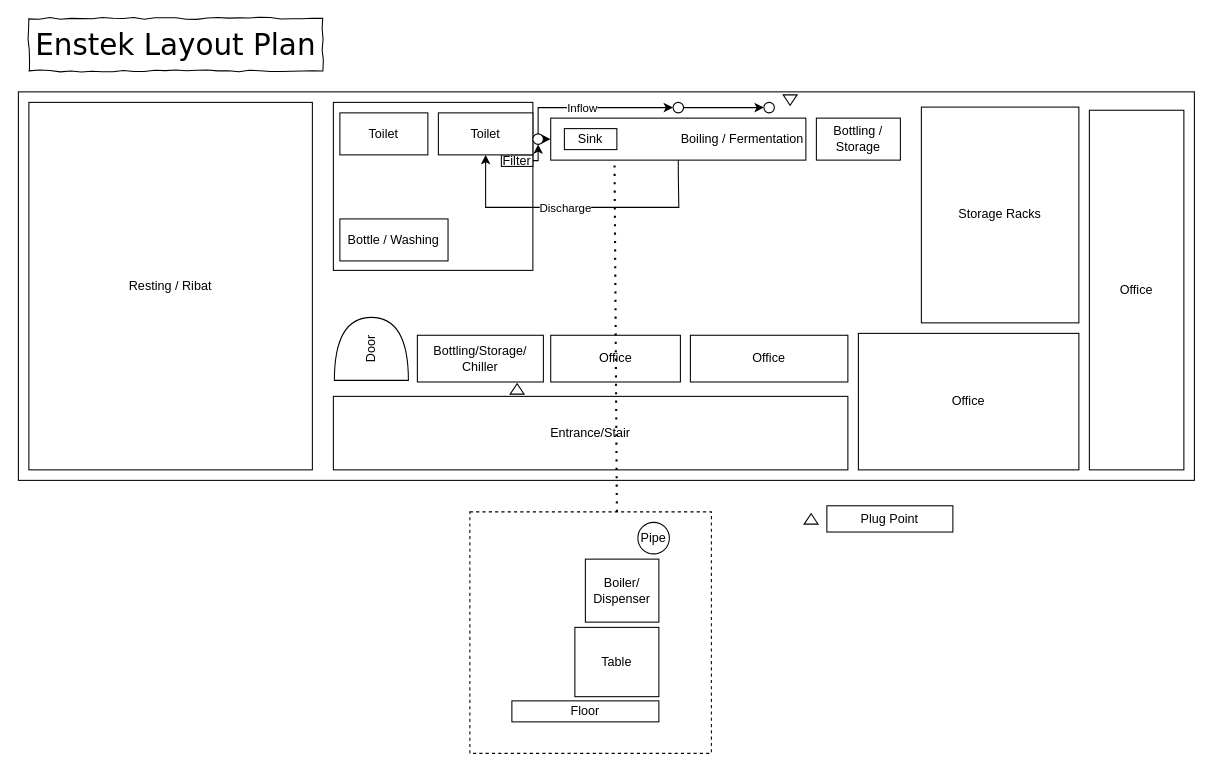
This is Untitled Diagram.drawio from afirdaus04/layoutenstek, a draw.io file, before an edit. Source tidied: cells renumbered, new cells numbered last; positions are measured from the earlier drawing's top-left corner, leaving out a move shared by most shapes. Both pictures are drawn from the tidied source at 105%, with x=0, y=0 at pixel (18, 18).
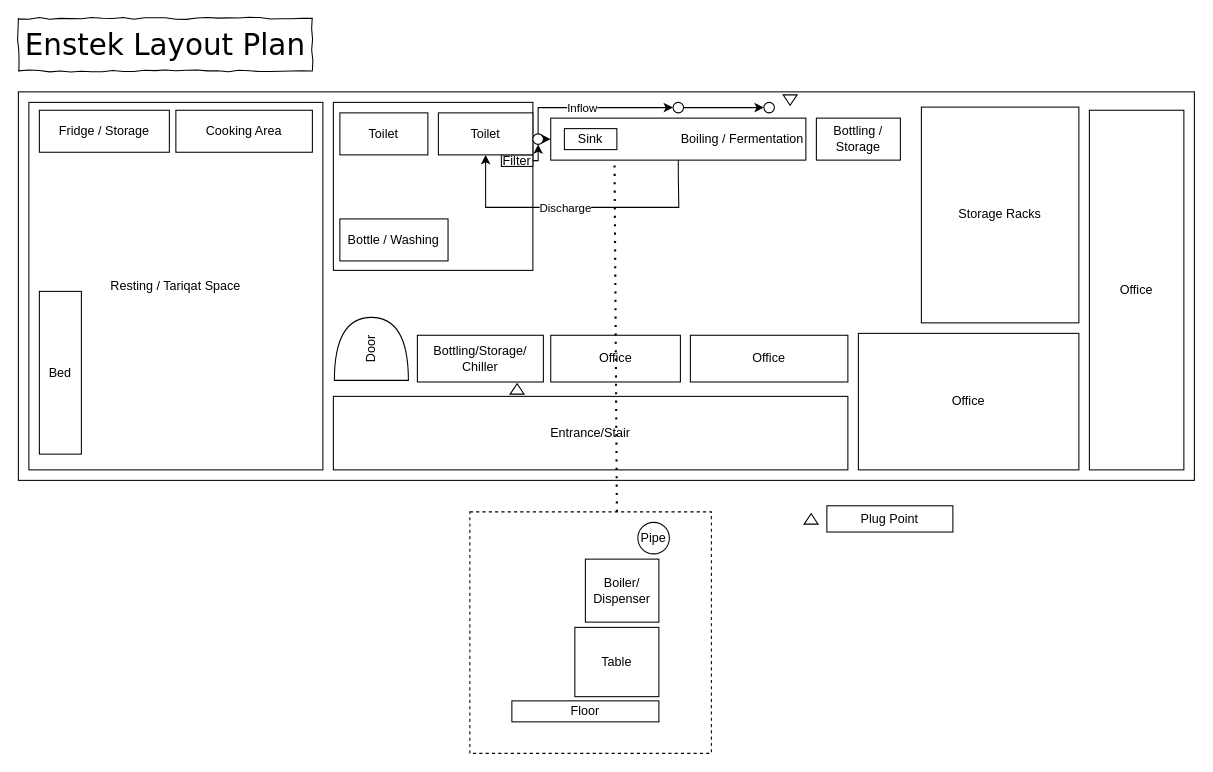
After the change.

What changed in the source:
```diff
@@
     <mxCell id="3" value="Enstek Layout Plan" style="whiteSpace=wrap;html=1;rounded=0;shadow=0;labelBackgroundColor=none;strokeWidth=1;fontFamily=Verdana;fontSize=28;align=center;comic=1;" parent="1" vertex="1">
-      <mxGeometry x="10" width="280" height="50" as="geometry" />
+      <mxGeometry width="280" height="50" as="geometry" />
     </mxCell>
@@
-    <mxCell id="28" value="Resting / Ribat" style="rounded=0;whiteSpace=wrap;html=1;" parent="1" vertex="1">
-      <mxGeometry x="10" y="80" width="270" height="350" as="geometry" />
+    <mxCell id="28" value="Resting / Tariqat Space" style="rounded=0;whiteSpace=wrap;html=1;" parent="1" vertex="1">
+      <mxGeometry x="10" y="80" width="280" height="350" as="geometry" />
     </mxCell>
@@
+    <mxCell id="41" value="Cooking Area" style="rounded=0;whiteSpace=wrap;html=1;" parent="1" vertex="1">
+      <mxGeometry x="150" y="87.5" width="130" height="40" as="geometry" />
+    </mxCell>
+    <mxCell id="42" value="Fridge / Storage" style="rounded=0;whiteSpace=wrap;html=1;" parent="1" vertex="1">
+      <mxGeometry x="20" y="87.5" width="123.8" height="40" as="geometry" />
+    </mxCell>
+    <mxCell id="43" value="Bed" style="rounded=0;whiteSpace=wrap;html=1;" parent="1" vertex="1">
+      <mxGeometry x="20" y="260" width="40" height="155" as="geometry" />
+    </mxCell>
```
